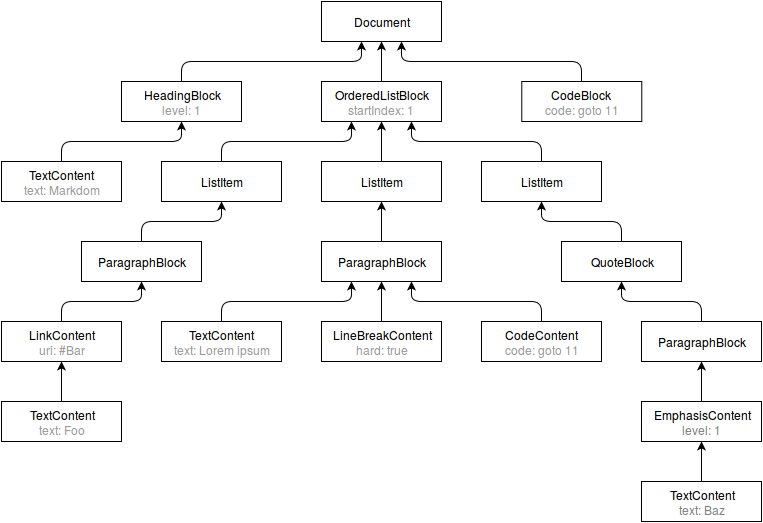
This is 1.0/resource/markdom-example.png from markdom/specification, a draw.io export, as it was before one commit. Source tidied: cells renumbered, new cells last; positions are measured from the earlier drawing's top-left corner, leaving out a move shared by most shapes.
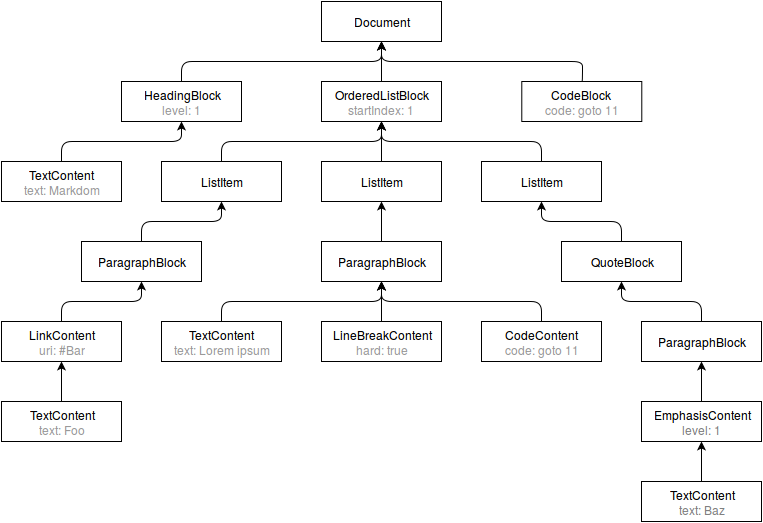
After the commit.

What changed in the source:
```diff
@@ -23,14 +23,24 @@
     <mxCell id="8" value="ParagraphBlock&lt;br&gt;" style="whiteSpace=wrap;html=1;" parent="1" vertex="1">
       <mxGeometry x="320" y="240" width="120" height="40" as="geometry" />
     </mxCell>
-    <mxCell id="9" style="edgeStyle=orthogonalEdgeStyle;rounded=1;html=1;exitX=0.5;exitY=0;entryX=0.75;entryY=1;jettySize=auto;" parent="1" edge="1" source="10" target="4">
-      <mxGeometry relative="1" as="geometry" />
+    <mxCell id="9" style="edgeStyle=orthogonalEdgeStyle;rounded=1;html=1;exitX=0.5;exitY=0;entryX=0.5;entryY=1;jettySize=auto;" parent="1" edge="1" source="10" target="4">
+      <mxGeometry relative="1" as="geometry">
+        <Array as="points">
+          <mxPoint x="540" y="140" />
+          <mxPoint x="380" y="140" />
+        </Array>
+      </mxGeometry>
     </mxCell>
     <mxCell id="10" value="ListItem&lt;br&gt;" style="whiteSpace=wrap;html=1;" parent="1" vertex="1">
       <mxGeometry x="480" y="160" width="120" height="40" as="geometry" />
     </mxCell>
-    <mxCell id="11" style="edgeStyle=orthogonalEdgeStyle;rounded=1;html=1;exitX=0.5;exitY=0;entryX=0.25;entryY=1;jettySize=auto;" parent="1" edge="1" source="12" target="4">
-      <mxGeometry relative="1" as="geometry" />
+    <mxCell id="11" style="edgeStyle=orthogonalEdgeStyle;rounded=1;html=1;exitX=0.5;exitY=0;entryX=0.5;entryY=1;jettySize=auto;" parent="1" edge="1" source="12" target="4">
+      <mxGeometry relative="1" as="geometry">
+        <Array as="points">
+          <mxPoint x="220" y="140" />
+          <mxPoint x="380" y="140" />
+        </Array>
+      </mxGeometry>
     </mxCell>
     <mxCell id="12" value="ListItem&lt;br&gt;" style="whiteSpace=wrap;html=1;" parent="1" vertex="1">
       <mxGeometry x="160" y="160" width="120" height="40" as="geometry" />
@@ -47,14 +57,24 @@
     <mxCell id="16" value="QuoteBlock&lt;br&gt;" style="whiteSpace=wrap;html=1;" parent="1" vertex="1">
       <mxGeometry x="560" y="240" width="120" height="40" as="geometry" />
     </mxCell>
-    <mxCell id="17" style="rounded=1;html=1;exitX=0.5;exitY=0;entryX=0.333;entryY=1;entryPerimeter=0;jettySize=auto;edgeStyle=orthogonalEdgeStyle;" parent="1" edge="1" source="18" target="2">
-      <mxGeometry relative="1" as="geometry" />
+    <mxCell id="17" style="rounded=1;html=1;exitX=0.5;exitY=0;entryX=0.5;entryY=1;jettySize=auto;edgeStyle=orthogonalEdgeStyle;" parent="1" edge="1" source="18" target="2">
+      <mxGeometry relative="1" as="geometry">
+        <Array as="points">
+          <mxPoint x="180" y="60" />
+          <mxPoint x="380" y="60" />
+        </Array>
+      </mxGeometry>
     </mxCell>
     <mxCell id="18" value="HeadingBlock&lt;br&gt;&lt;font color=&quot;#999999&quot;&gt;level: 1&lt;/font&gt;&lt;br&gt;" style="whiteSpace=wrap;html=1;" parent="1" vertex="1">
       <mxGeometry x="120" y="80" width="120" height="40" as="geometry" />
     </mxCell>
-    <mxCell id="19" style="edgeStyle=orthogonalEdgeStyle;rounded=1;html=1;exitX=0.5;exitY=0;entryX=0.664;entryY=1.007;entryPerimeter=0;jettySize=auto;" parent="1" edge="1" source="20" target="2">
-      <mxGeometry relative="1" as="geometry" />
+    <mxCell id="19" style="edgeStyle=orthogonalEdgeStyle;rounded=1;html=1;exitX=0.5;exitY=0;entryX=0.5;entryY=1;jettySize=auto;" parent="1" edge="1" source="20" target="2">
+      <mxGeometry relative="1" as="geometry">
+        <Array as="points">
+          <mxPoint x="581" y="60" />
+          <mxPoint x="380" y="60" />
+        </Array>
+      </mxGeometry>
     </mxCell>
     <mxCell id="20" value="CodeBlock&lt;br&gt;&lt;font color=&quot;#999999&quot;&gt;code: goto 11&lt;/font&gt;" style="whiteSpace=wrap;html=1;" parent="1" vertex="1">
       <mxGeometry x="520.3" y="80" width="120" height="40" as="geometry" />
@@ -77,8 +97,13 @@
     <mxCell id="26" value="LineBreakContent&lt;br&gt;&lt;font color=&quot;#999999&quot;&gt;hard: true&lt;/font&gt;&lt;br&gt;" style="whiteSpace=wrap;html=1;" parent="1" vertex="1">
       <mxGeometry x="320" y="320" width="120" height="40" as="geometry" />
     </mxCell>
-    <mxCell id="27" style="edgeStyle=orthogonalEdgeStyle;rounded=1;html=1;exitX=0.5;exitY=0;entryX=0.75;entryY=1;jettySize=auto;" parent="1" edge="1" source="28" target="8">
-      <mxGeometry relative="1" as="geometry" />
+    <mxCell id="27" style="edgeStyle=orthogonalEdgeStyle;rounded=1;html=1;exitX=0.5;exitY=0;entryX=0.5;entryY=1;jettySize=auto;" parent="1" edge="1" source="28" target="8">
+      <mxGeometry relative="1" as="geometry">
+        <Array as="points">
+          <mxPoint x="540" y="300" />
+          <mxPoint x="380" y="300" />
+        </Array>
+      </mxGeometry>
     </mxCell>
     <mxCell id="28" value="CodeContent&lt;br&gt;&lt;font color=&quot;#999999&quot;&gt;code: goto 11&lt;/font&gt;&lt;br&gt;" style="whiteSpace=wrap;html=1;" parent="1" vertex="1">
       <mxGeometry x="480" y="320" width="120" height="40" as="geometry" />
@@ -95,8 +120,13 @@
     <mxCell id="32" value="TextContent&lt;br&gt;&lt;font color=&quot;#808080&quot;&gt;text: Baz&lt;/font&gt;&lt;br&gt;" style="whiteSpace=wrap;html=1;" parent="1" vertex="1">
       <mxGeometry x="640" y="480" width="120" height="40" as="geometry" />
     </mxCell>
-    <mxCell id="33" style="edgeStyle=orthogonalEdgeStyle;rounded=1;html=1;exitX=0.5;exitY=0;entryX=0.25;entryY=1;startArrow=none;startFill=0;endArrow=classic;endFill=1;jettySize=auto;strokeColor=#000000;strokeWidth=1;fontSize=11;" parent="1" edge="1" source="34" target="8">
-      <mxGeometry relative="1" as="geometry" />
+    <mxCell id="33" style="edgeStyle=orthogonalEdgeStyle;rounded=1;html=1;exitX=0.5;exitY=0;entryX=0.5;entryY=1;startArrow=none;startFill=0;endArrow=classic;endFill=1;jettySize=auto;strokeColor=#000000;strokeWidth=1;fontSize=11;" parent="1" edge="1" source="34" target="8">
+      <mxGeometry relative="1" as="geometry">
+        <Array as="points">
+          <mxPoint x="220" y="300" />
+          <mxPoint x="380" y="300" />
+        </Array>
+      </mxGeometry>
     </mxCell>
     <mxCell id="34" value="TextContent&lt;br&gt;&lt;font color=&quot;#999999&quot;&gt;text: Lorem ipsum&lt;/font&gt;&lt;br&gt;" style="whiteSpace=wrap;html=1;" parent="1" vertex="1">
       <mxGeometry x="160" y="320" width="120" height="40" as="geometry" />
```
